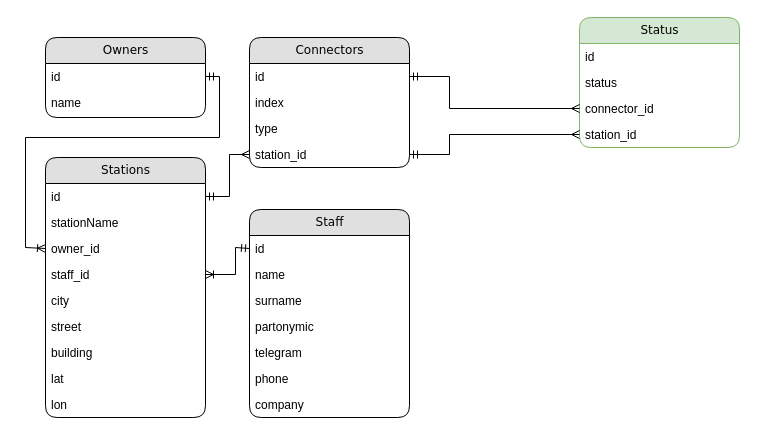
Above: Диаграмма без названия.drawio in ilnurkaa2019/st_auth_test (draw.io), before the change. Source tidied: cells renumbered, new cells numbered last; positions are measured from the earlier drawing's top-left corner, leaving out a move shared by most shapes. Both pictures are drawn from the tidied source at 100%, with x=0, y=0 at pixel (25, 17).
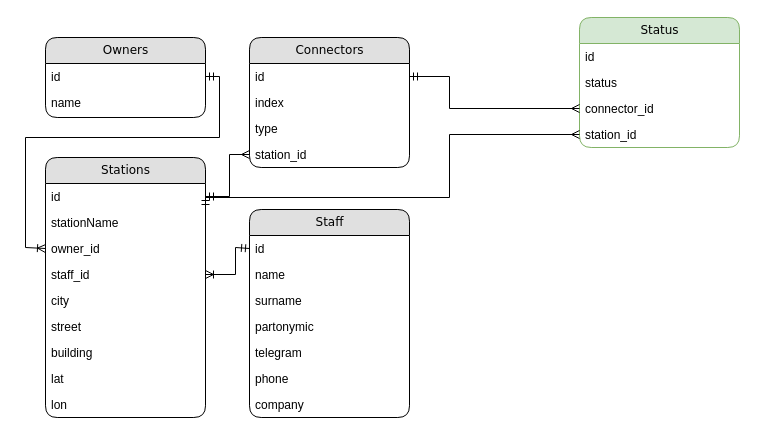
Above is the later version.

Commit message:
наверное, правильно

Unchanged cells that the change refers to:
```xml
<mxCell id="6" value="station_id" style="text;html=1;strokeColor=none;fillColor=none;spacingLeft=4;spacingRight=4;whiteSpace=wrap;overflow=hidden;points=[[0,0.5],[1,0.5]];portConstraint=eastwest;" parent="2" vertex="1">
  <mxGeometry y="104" width="160" height="26" as="geometry" />
</mxCell>
<mxCell id="8" value="id" style="text;html=1;strokeColor=none;fillColor=none;spacingLeft=4;spacingRight=4;whiteSpace=wrap;overflow=hidden;points=[[0,0.5],[1,0.5]];portConstraint=eastwest;" parent="7" vertex="1">
  <mxGeometry y="26" width="160" height="26" as="geometry" />
</mxCell>
<mxCell id="34" value="station_id" style="text;html=1;strokeColor=none;fillColor=none;spacingLeft=4;spacingRight=4;whiteSpace=wrap;overflow=hidden;points=[[0,0.5],[1,0.5]];portConstraint=eastwest;" parent="30" vertex="1">
  <mxGeometry y="104" width="160" height="26" as="geometry" />
</mxCell>
```

Change to the diagram source:
```diff
@@
-    <mxCell id="36" style="edgeStyle=orthogonalEdgeStyle;rounded=0;jettySize=auto;html=1;exitX=1;exitY=0.5;exitDx=0;exitDy=0;entryX=0;entryY=0.5;entryDx=0;entryDy=0;startArrow=ERmandOne;startFill=0;endArrow=ERmany;endFill=0;" parent="1" edge="1" source="6" target="34">
+    <mxCell id="36" style="edgeStyle=orthogonalEdgeStyle;rounded=0;jettySize=auto;html=1;exitX=1;exitY=0.5;exitDx=0;exitDy=0;entryX=0;entryY=0.5;entryDx=0;entryDy=0;startArrow=ERmandOne;startFill=0;endArrow=ERmany;endFill=0;" parent="1" edge="1" source="8" target="34">
       <mxGeometry relative="1" as="geometry">
         <Array as="points">
-          <mxPoint x="424" y="137" />
+          <mxPoint x="424" y="180" />
           <mxPoint x="424" y="117" />
         </Array>
       </mxGeometry>
     </mxCell>
```
